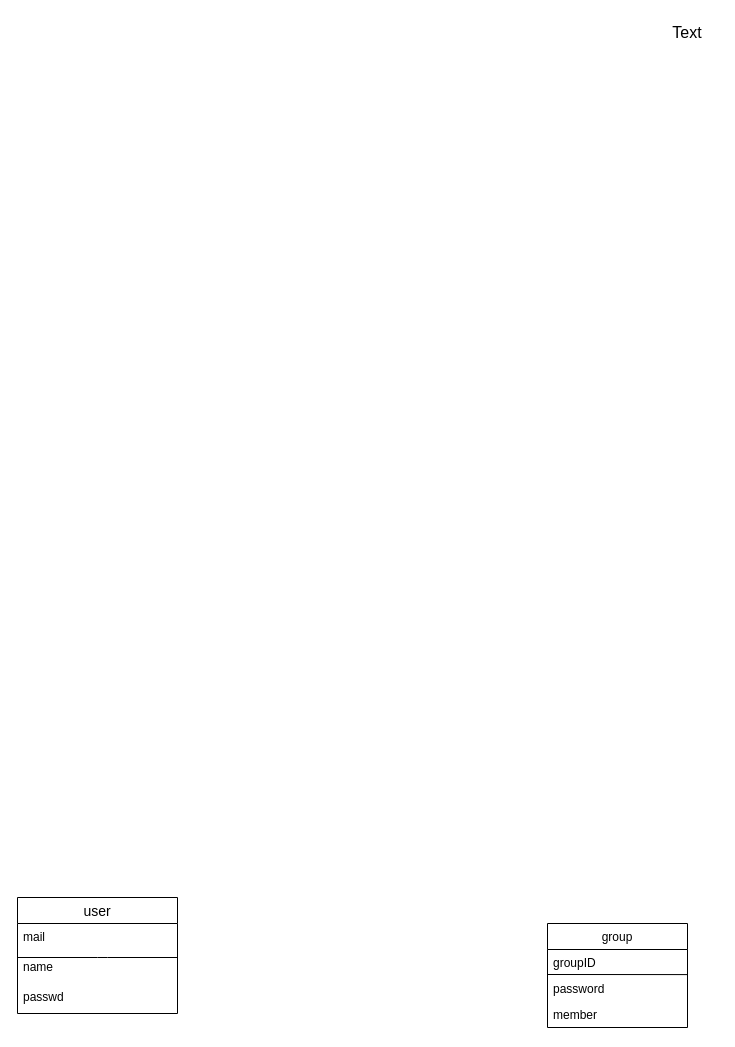
Above: page "データベース" (1 of 3) of 画面設計.drawio in ringohoka/AnnounceSituation (draw.io), before the change. Source tidied: cells renumbered, new cells numbered last; positions are measured from the earlier drawing's top-left corner, leaving out a move shared by most shapes. Both pictures are drawn from the tidied source at 100%, with x=0, y=0 at pixel (17, 17).
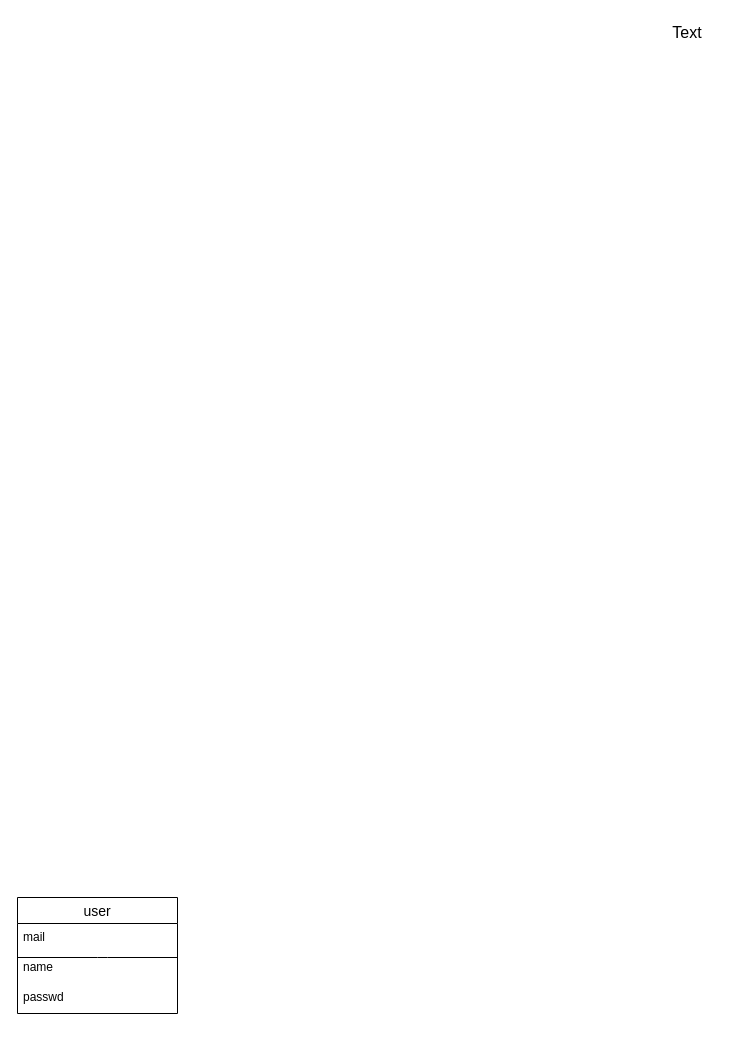
After the change.

Commit message:
画面設計.drawio を更新します

Diff of the diagram source:
```diff
@@
 <mxGraphModel>
   <root>
     <mxCell id="0" />
     <mxCell id="1" parent="0" />
     <mxCell id="2" value="user" style="swimlane;fontStyle=0;horizontal=1;startSize=26;align=center;fontSize=14;" parent="1" vertex="1">
       <mxGeometry y="880" width="160" height="116" as="geometry" />
     </mxCell>
     <mxCell id="3" value="mail" style="text;strokeColor=none;fillColor=none;spacingLeft=4;spacingRight=4;overflow=hidden;fontSize=12;" parent="2" vertex="1">
       <mxGeometry y="26" width="160" height="30" as="geometry" />
     </mxCell>
     <mxCell id="4" style="endArrow=none;html=1;rounded=0;" parent="2" edge="1">
       <mxGeometry relative="1" as="geometry">
         <mxPoint y="60" as="sourcePoint" />
         <mxPoint x="160" y="60" as="targetPoint" />
         <Array as="points">
           <mxPoint x="80" y="60" />
           <mxPoint x="90" y="60" />
         </Array>
       </mxGeometry>
     </mxCell>
     <mxCell id="5" value="name" style="text;strokeColor=none;fillColor=none;spacingLeft=4;spacingRight=4;overflow=hidden;fontSize=12;" parent="2" vertex="1">
       <mxGeometry y="56" width="160" height="30" as="geometry" />
     </mxCell>
     <mxCell id="6" value="passwd" style="text;strokeColor=none;fillColor=none;spacingLeft=4;spacingRight=4;overflow=hidden;fontSize=12;" parent="2" vertex="1">
       <mxGeometry y="86" width="160" height="30" as="geometry" />
     </mxCell>
-    <mxCell id="7" value="group" style="swimlane;fontStyle=0;horizontal=1;startSize=26;fillColor=none;" parent="1" vertex="1">
-      <mxGeometry x="530" y="906" width="140" height="104" as="geometry" />
-    </mxCell>
-    <mxCell id="8" value="groupID" style="text;strokeColor=none;fillColor=none;align=left;verticalAlign=top;spacingLeft=4;spacingRight=4;overflow=hidden;" parent="7" vertex="1">
-      <mxGeometry y="26" width="140" height="26" as="geometry" />
-    </mxCell>
-    <mxCell id="9" style="endArrow=none;html=1;rounded=0;" parent="7" edge="1">
-      <mxGeometry relative="1" as="geometry">
-        <mxPoint y="51" as="sourcePoint" />
-        <mxPoint x="140" y="51.1" as="targetPoint" />
-      </mxGeometry>
-    </mxCell>
-    <mxCell id="10" value="password" style="text;strokeColor=none;fillColor=none;align=left;verticalAlign=top;spacingLeft=4;spacingRight=4;overflow=hidden;" parent="7" vertex="1">
-      <mxGeometry y="52" width="140" height="26" as="geometry" />
-    </mxCell>
-    <mxCell id="11" value="member" style="text;strokeColor=none;fillColor=none;align=left;verticalAlign=top;spacingLeft=4;spacingRight=4;overflow=hidden;" parent="7" vertex="1">
-      <mxGeometry y="78" width="140" height="26" as="geometry" />
-    </mxCell>
     <mxCell id="12" value="Text" style="text;strokeColor=none;fillColor=none;html=1;align=center;verticalAlign=middle;whiteSpace=wrap;rounded=0;fontSize=16;" parent="1" vertex="1">
       <mxGeometry x="640" width="60" height="30" as="geometry" />
     </mxCell>
   </root>
 </mxGraphModel>
```
